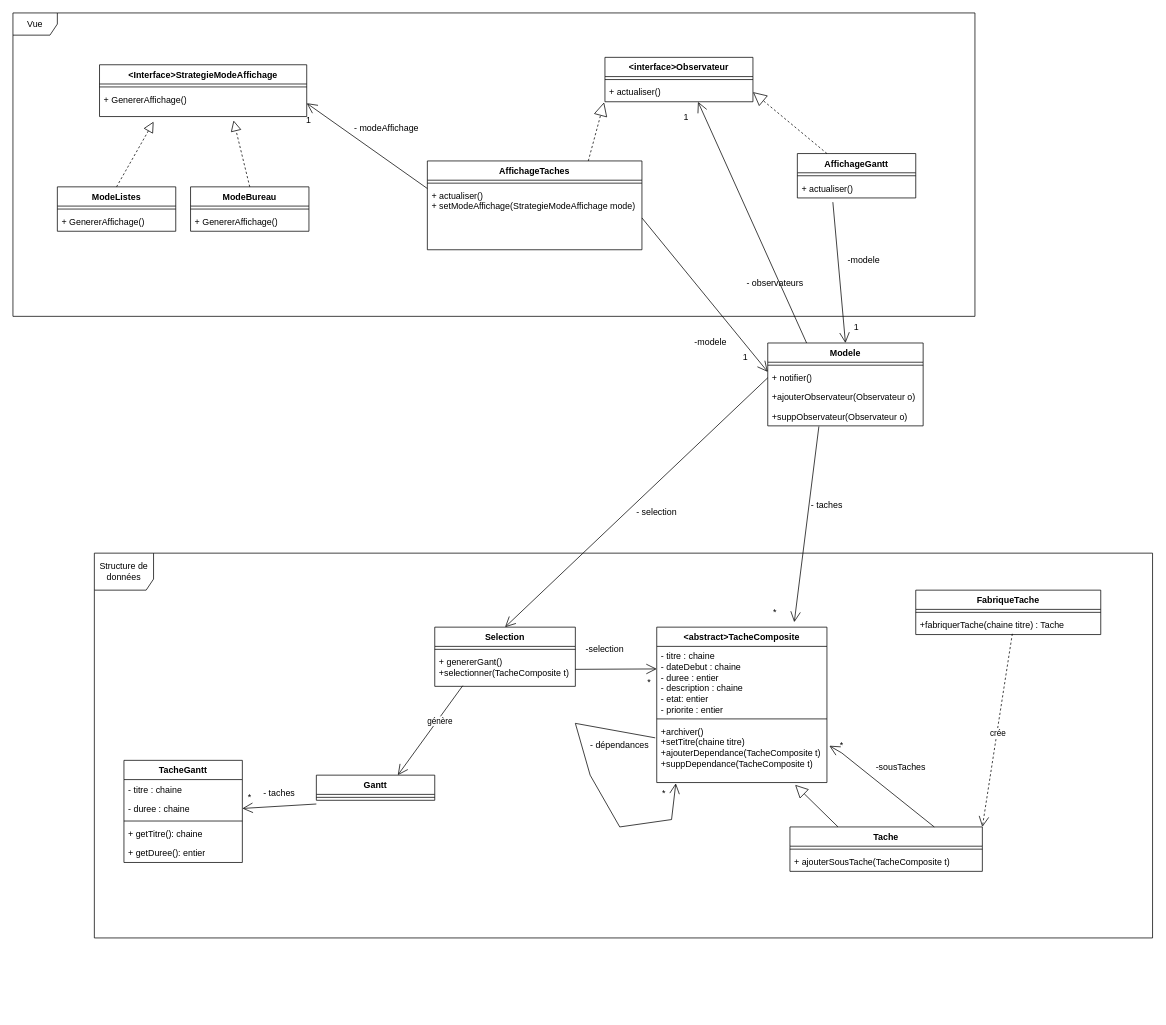
This is analyse/DiagrammeClasse/diagrammeClasse.drawio from AlexanderCARNET/SAE_3_01_dev_application, a draw.io file, before an edit. Source tidied: cells renumbered, new cells numbered last; positions are measured from the earlier drawing's top-left corner, leaving out a move shared by most shapes. Both pictures are drawn from the tidied source at 74%, with x=0, y=0 at pixel (13, 13).
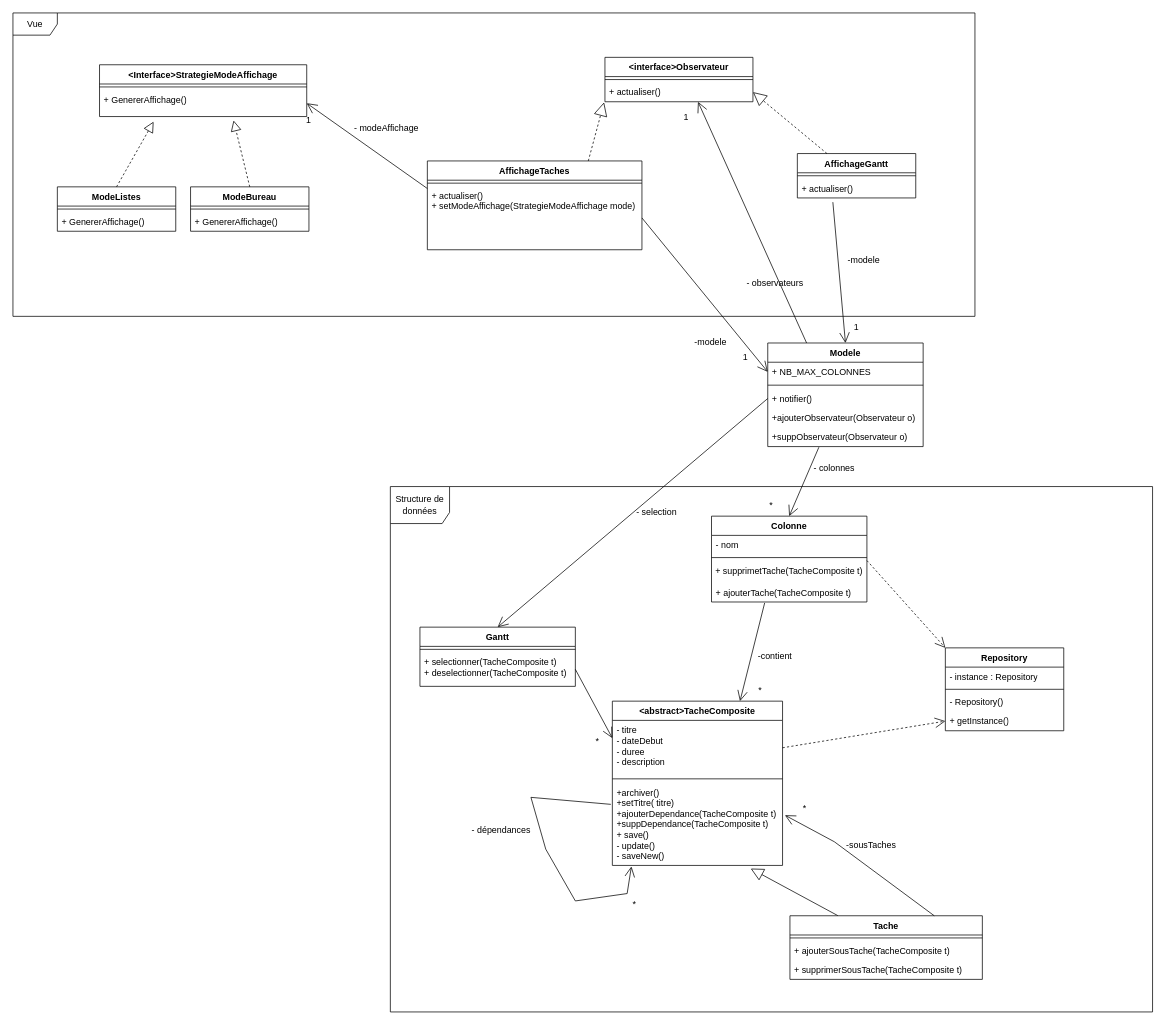
Above is the later version.

Commit message (it also covers changes not shown here):
correction du diagramme de classe

Change to the diagram source:
```diff
@@
     <mxCell id="2" value="&amp;lt;abstract&amp;gt;TacheComposite" style="swimlane;fontStyle=1;align=center;verticalAlign=top;horizontal=1;startSize=26;whiteSpace=wrap;html=1;" parent="1" vertex="1">
-      <mxGeometry x="870" y="830" width="230" height="210" as="geometry" />
+      <mxGeometry x="810" y="930" width="230" height="222" as="geometry" />
     </mxCell>
-    <mxCell id="3" value="- titre : chaine&lt;div&gt;- dateDebut : chaine&lt;/div&gt;&lt;div&gt;- duree : entier&lt;/div&gt;&lt;div&gt;- description : chaine&lt;/div&gt;&lt;div&gt;- etat: entier&lt;/div&gt;&lt;div&gt;- priorite : entier&lt;/div&gt;" style="text;strokeColor=none;fillColor=none;align=left;verticalAlign=top;spacingLeft=4;spacingRight=4;overflow=hidden;points=[[0,0.5],[1,0.5]];portConstraint=eastwest;whiteSpace=wrap;html=1;" parent="2" vertex="1">
-      <mxGeometry y="26" width="230" height="94" as="geometry" />
+    <mxCell id="3" value="- titre&amp;nbsp;&lt;div&gt;- dateDebut&amp;nbsp;&lt;/div&gt;&lt;div&gt;- duree&amp;nbsp;&lt;/div&gt;&lt;div&gt;- description&amp;nbsp;&lt;/div&gt;" style="text;strokeColor=none;fillColor=none;align=left;verticalAlign=top;spacingLeft=4;spacingRight=4;overflow=hidden;points=[[0,0.5],[1,0.5]];portConstraint=eastwest;whiteSpace=wrap;html=1;" parent="2" vertex="1">
+      <mxGeometry y="26" width="230" height="74" as="geometry" />
     </mxCell>
     <mxCell id="4" style="line;strokeWidth=1;fillColor=none;align=left;verticalAlign=middle;spacingTop=-1;spacingLeft=3;spacingRight=3;labelPosition=right;strokeColor=inherit;" parent="2" vertex="1">
-      <mxGeometry y="120" width="230" height="8" as="geometry" />
+      <mxGeometry y="100" width="230" height="10" as="geometry" />
     </mxCell>
-    <mxCell id="5" value="+archiver()&lt;div&gt;+setTitre(chaine titre)&lt;/div&gt;&lt;div&gt;+ajouterDependance(TacheComposite t)&lt;/div&gt;&lt;div&gt;+&lt;span style=&quot;background-color: transparent; color: light-dark(rgb(0, 0, 0), rgb(255, 255, 255));&quot;&gt;suppDependance(TacheComposite t)&lt;/span&gt;&lt;/div&gt;" style="text;strokeColor=none;fillColor=none;align=left;verticalAlign=top;spacingLeft=4;spacingRight=4;overflow=hidden;points=[[0,0.5],[1,0.5]];portConstraint=eastwest;whiteSpace=wrap;html=1;" parent="2" vertex="1">
-      <mxGeometry y="128" width="230" height="82" as="geometry" />
+    <mxCell id="5" value="+archiver()&lt;div&gt;+setTitre( titre)&lt;/div&gt;&lt;div&gt;+ajouterDependance(TacheComposite t)&lt;/div&gt;&lt;div&gt;+&lt;span style=&quot;background-color: transparent; color: light-dark(rgb(0, 0, 0), rgb(255, 255, 255));&quot;&gt;suppDependance(TacheComposite t)&lt;/span&gt;&lt;/div&gt;&lt;div&gt;+ save()&lt;/div&gt;&lt;div&gt;- update()&lt;/div&gt;&lt;div&gt;- saveNew()&lt;/div&gt;" style="text;strokeColor=none;fillColor=none;align=left;verticalAlign=top;spacingLeft=4;spacingRight=4;overflow=hidden;points=[[0,0.5],[1,0.5]];portConstraint=eastwest;whiteSpace=wrap;html=1;" parent="2" vertex="1">
+      <mxGeometry y="110" width="230" height="112" as="geometry" />
     </mxCell>
@@
     <mxCell id="8" value="Tache&lt;div&gt;&lt;br&gt;&lt;/div&gt;" style="swimlane;fontStyle=1;align=center;verticalAlign=top;horizontal=1;startSize=26;whiteSpace=wrap;html=1;" parent="1" vertex="1">
-      <mxGeometry x="1050" y="1100" width="260" height="60" as="geometry" />
+      <mxGeometry x="1050" y="1220" width="260" height="86" as="geometry" />
     </mxCell>
@@
+    <mxCell id="86" value="+ supprimerSousTache(TacheComposite t)&amp;nbsp;" style="text;strokeColor=none;fillColor=none;align=left;verticalAlign=top;spacingLeft=4;spacingRight=4;overflow=hidden;whiteSpace=wrap;html=1;" parent="8" vertex="1">
+      <mxGeometry y="60" width="260" height="26" as="geometry" />
+    </mxCell>
     <mxCell id="11" style="endArrow=open;endFill=1;endSize=12;html=1;rounded=0;exitX=0.75;exitY=0;exitDx=0;exitDy=0;entryX=1.014;entryY=0.394;entryDx=0;entryDy=0;entryPerimeter=0;" parent="1" edge="1" source="8" target="5">
       <mxGeometry relative="1" as="geometry">
         <Array as="points">
-          <mxPoint x="1120" y="1000" />
+          <mxPoint x="1110" y="1120" />
         </Array>
       </mxGeometry>
     </mxCell>
     <mxCell id="12" value="*" style="text;html=1;whiteSpace=wrap;strokeColor=none;fillColor=none;align=center;verticalAlign=middle;rounded=0;" parent="1" vertex="1">
-      <mxGeometry x="1090" y="975" width="60" height="30" as="geometry" />
+      <mxGeometry x="1040" y="1060" width="60" height="30" as="geometry" />
     </mxCell>
-    <mxCell id="13" value="FabriqueTache" style="swimlane;fontStyle=1;align=center;verticalAlign=top;horizontal=1;startSize=26;whiteSpace=wrap;html=1;" parent="1" vertex="1">
-      <mxGeometry x="1220" y="780" width="250" height="60" as="geometry" />
-    </mxCell>
-    <mxCell id="14" style="line;strokeWidth=1;fillColor=none;align=left;verticalAlign=middle;spacingTop=-1;spacingLeft=3;spacingRight=3;labelPosition=right;strokeColor=inherit;" parent="13" vertex="1">
-      <mxGeometry y="26" width="250" height="8" as="geometry" />
-    </mxCell>
-    <mxCell id="15" value="+fabriquerTache(chaine titre) : Tache" style="text;strokeColor=none;fillColor=none;align=left;verticalAlign=top;spacingLeft=4;spacingRight=4;overflow=hidden;points=[[0,0.5],[1,0.5]];portConstraint=eastwest;whiteSpace=wrap;html=1;" parent="13" vertex="1">
-      <mxGeometry y="34" width="250" height="26" as="geometry" />
-    </mxCell>
-    <mxCell id="16" style="endArrow=open;endFill=1;endSize=12;html=1;rounded=0;exitX=0.522;exitY=0.962;exitDx=0;exitDy=0;exitPerimeter=0;entryX=1;entryY=0;entryDx=0;entryDy=0;dashed=1;" parent="1" edge="1" source="15" target="8">
-      <mxGeometry relative="1" as="geometry" />
-    </mxCell>
-    <mxCell id="17" value="crée" style="edgeLabel;html=1;align=center;verticalAlign=middle;" parent="16" vertex="1">
-      <mxGeometry x="0.03" y="1" relative="1" as="geometry">
-        <mxPoint y="-1" as="offset" />
-      </mxGeometry>
-    </mxCell>
     <mxCell id="18" value="-sousTaches" style="text;html=1;whiteSpace=wrap;strokeColor=none;fillColor=none;align=center;verticalAlign=middle;rounded=0;" parent="1" vertex="1">
-      <mxGeometry x="1160" y="1005" width="80" height="30" as="geometry" />
+      <mxGeometry x="1120" y="1110" width="80" height="30" as="geometry" />
     </mxCell>
-    <mxCell id="19" value="Selection" style="swimlane;fontStyle=1;align=center;verticalAlign=top;horizontal=1;startSize=26;whiteSpace=wrap;html=1;" parent="1" vertex="1">
-      <mxGeometry x="570" y="830" width="190" height="80" as="geometry" />
+    <mxCell id="19" value="Gantt" style="swimlane;fontStyle=1;align=center;verticalAlign=top;horizontal=1;startSize=26;whiteSpace=wrap;html=1;" parent="1" vertex="1">
+      <mxGeometry x="550" y="830" width="210" height="80" as="geometry" />
     </mxCell>
     <mxCell id="20" style="line;strokeWidth=1;fillColor=none;align=left;verticalAlign=middle;spacingTop=-1;spacingLeft=3;spacingRight=3;labelPosition=right;strokeColor=inherit;" parent="19" vertex="1">
-      <mxGeometry y="26" width="190" height="8" as="geometry" />
+      <mxGeometry y="26" width="210" height="8" as="geometry" />
     </mxCell>
-    <mxCell id="21" value="+ genererGant()&lt;div&gt;+selectionner(TacheComposite t)&lt;/div&gt;" style="text;strokeColor=none;fillColor=none;align=left;verticalAlign=top;spacingLeft=4;spacingRight=4;overflow=hidden;points=[[0,0.5],[1,0.5]];portConstraint=eastwest;whiteSpace=wrap;html=1;" parent="19" vertex="1">
-      <mxGeometry y="34" width="190" height="46" as="geometry" />
+    <mxCell id="21" value="&lt;div&gt;+ selectionner(TacheComposite t)&lt;/div&gt;&lt;div&gt;+ deselectionner(TacheComposite t)&lt;/div&gt;" style="text;strokeColor=none;fillColor=none;align=left;verticalAlign=top;spacingLeft=4;spacingRight=4;overflow=hidden;points=[[0,0.5],[1,0.5]];portConstraint=eastwest;whiteSpace=wrap;html=1;" parent="19" vertex="1">
+      <mxGeometry y="34" width="210" height="46" as="geometry" />
     </mxCell>
@@
     <mxCell id="26" value="Modele" style="swimlane;fontStyle=1;align=center;verticalAlign=top;horizontal=1;startSize=26;whiteSpace=wrap;html=1;" parent="1" vertex="1">
-      <mxGeometry x="1020" y="446" width="210" height="112" as="geometry" />
+      <mxGeometry x="1020" y="446" width="210" height="140" as="geometry" />
     </mxCell>
-    <mxCell id="27" style="line;strokeWidth=1;fillColor=none;align=left;verticalAlign=middle;spacingTop=-1;spacingLeft=3;spacingRight=3;labelPosition=right;strokeColor=inherit;" parent="26" vertex="1">
-      <mxGeometry y="26" width="210" height="8" as="geometry" />
-    </mxCell>
+    <mxCell id="87" value="+ NB_MAX_COLONNES&lt;div&gt;&lt;br&gt;&lt;/div&gt;" style="text;strokeColor=none;fillColor=none;align=left;verticalAlign=top;spacingLeft=4;spacingRight=4;overflow=hidden;whiteSpace=wrap;html=1;" parent="26" vertex="1">
+      <mxGeometry y="26" width="210" height="26" as="geometry" />
+    </mxCell>
+    <mxCell id="88" style="line;strokeWidth=1;fillColor=none;align=left;verticalAlign=middle;spacingTop=-1;spacingLeft=3;spacingRight=3;labelPosition=right;strokeColor=inherit;" parent="26" vertex="1">
+      <mxGeometry y="52" width="210" height="10" as="geometry" />
+    </mxCell>
     <mxCell id="28" value="+ notifier()&lt;div&gt;&lt;br&gt;&lt;/div&gt;" style="text;strokeColor=none;fillColor=none;align=left;verticalAlign=top;spacingLeft=4;spacingRight=4;overflow=hidden;points=[[0,0.5],[1,0.5]];portConstraint=eastwest;whiteSpace=wrap;html=1;" parent="26" vertex="1">
-      <mxGeometry y="34" width="210" height="26" as="geometry" />
+      <mxGeometry y="62" width="210" height="26" as="geometry" />
     </mxCell>
     <mxCell id="29" value="+ajouterObservateur(Observateur o)" style="text;strokeColor=none;fillColor=none;align=left;verticalAlign=top;spacingLeft=4;spacingRight=4;overflow=hidden;whiteSpace=wrap;html=1;" parent="26" vertex="1">
-      <mxGeometry y="60" width="210" height="26" as="geometry" />
+      <mxGeometry y="88" width="210" height="26" as="geometry" />
     </mxCell>
     <mxCell id="30" value="+suppObservateur(Observateur o)" style="text;strokeColor=none;fillColor=none;align=left;verticalAlign=top;spacingLeft=4;spacingRight=4;overflow=hidden;points=[[0,0.5],[1,0.5]];portConstraint=eastwest;whiteSpace=wrap;html=1;" parent="26" vertex="1">
-      <mxGeometry y="86" width="210" height="26" as="geometry" />
+      <mxGeometry y="114" width="210" height="26" as="geometry" />
     </mxCell>
-    <mxCell id="31" style="endArrow=open;endFill=1;endSize=12;html=1;rounded=0;exitX=0.329;exitY=1.032;exitDx=0;exitDy=0;exitPerimeter=0;entryX=0.808;entryY=-0.032;entryDx=0;entryDy=0;entryPerimeter=0;" parent="1" edge="1" source="30" target="2">
+    <mxCell id="31" style="endArrow=open;endFill=1;endSize=12;html=1;rounded=0;exitX=0.329;exitY=1.032;exitDx=0;exitDy=0;exitPerimeter=0;entryX=0.5;entryY=0;entryDx=0;entryDy=0;" parent="1" edge="1" source="30" target="89">
       <mxGeometry relative="1" as="geometry" />
     </mxCell>
     <mxCell id="32" value="*" style="text;html=1;whiteSpace=wrap;strokeColor=none;fillColor=none;align=center;verticalAlign=middle;rounded=0;" parent="1" vertex="1">
-      <mxGeometry x="1000" y="795" width="60" height="30" as="geometry" />
+      <mxGeometry x="995" y="650" width="60" height="30" as="geometry" />
     </mxCell>
-    <mxCell id="33" value="- taches" style="text;html=1;whiteSpace=wrap;strokeColor=none;fillColor=none;align=center;verticalAlign=middle;rounded=0;" parent="1" vertex="1">
-      <mxGeometry x="1070" y="650" width="60" height="30" as="geometry" />
+    <mxCell id="33" value="- colonnes" style="text;html=1;whiteSpace=wrap;strokeColor=none;fillColor=none;align=center;verticalAlign=middle;rounded=0;" parent="1" vertex="1">
+      <mxGeometry x="1080" y="600" width="60" height="30" as="geometry" />
     </mxCell>
@@
-    <mxCell id="51" value="Gantt" style="swimlane;fontStyle=1;align=center;verticalAlign=top;horizontal=1;startSize=26;whiteSpace=wrap;html=1;" parent="1" vertex="1">
-      <mxGeometry x="410" y="1030" width="160" height="34" as="geometry" />
-    </mxCell>
-    <mxCell id="52" style="line;strokeWidth=1;fillColor=none;align=left;verticalAlign=middle;spacingTop=-1;spacingLeft=3;spacingRight=3;labelPosition=right;strokeColor=inherit;" parent="51" vertex="1">
-      <mxGeometry y="26" width="160" height="8" as="geometry" />
-    </mxCell>
-    <mxCell id="53" style="endArrow=open;endFill=1;endSize=12;html=1;rounded=0;exitX=0.199;exitY=0.981;exitDx=0;exitDy=0;exitPerimeter=0;entryX=0.688;entryY=0;entryDx=0;entryDy=0;entryPerimeter=0;" parent="1" edge="1" source="21" target="51">
-      <mxGeometry relative="1" as="geometry" />
-    </mxCell>
-    <mxCell id="54" value="génère" style="edgeLabel;html=1;align=center;verticalAlign=middle;" parent="53" vertex="1">
-      <mxGeometry x="-0.24" y="2" relative="1" as="geometry">
-        <mxPoint x="1" as="offset" />
-      </mxGeometry>
-    </mxCell>
@@
     <mxCell id="71" value="*" style="text;html=1;whiteSpace=wrap;strokeColor=none;fillColor=none;align=center;verticalAlign=middle;rounded=0;" parent="1" vertex="1">
-      <mxGeometry x="830" y="890" width="60" height="30" as="geometry" />
+      <mxGeometry x="760" y="970" width="60" height="30" as="geometry" />
     </mxCell>
-    <mxCell id="72" value="-selection" style="text;html=1;whiteSpace=wrap;strokeColor=none;fillColor=none;align=center;verticalAlign=middle;rounded=0;" parent="1" vertex="1">
-      <mxGeometry x="720" y="845" width="160" height="30" as="geometry" />
-    </mxCell>
-    <mxCell id="73" value="TacheGantt" style="swimlane;fontStyle=1;align=center;verticalAlign=top;horizontal=1;startSize=26;whiteSpace=wrap;html=1;" parent="1" vertex="1">
-      <mxGeometry x="150" y="1010" width="160" height="138" as="geometry" />
-    </mxCell>
-    <mxCell id="74" value="- titre : chaine&lt;div&gt;&lt;br&gt;&lt;/div&gt;" style="text;strokeColor=none;fillColor=none;align=left;verticalAlign=top;spacingLeft=4;spacingRight=4;overflow=hidden;whiteSpace=wrap;html=1;" parent="73" vertex="1">
-      <mxGeometry y="26" width="160" height="26" as="geometry" />
-    </mxCell>
-    <mxCell id="75" value="- duree : chaine&lt;div&gt;&lt;br&gt;&lt;/div&gt;" style="text;strokeColor=none;fillColor=none;align=left;verticalAlign=top;spacingLeft=4;spacingRight=4;overflow=hidden;points=[[0,0.5],[1,0.5]];portConstraint=eastwest;whiteSpace=wrap;html=1;" parent="73" vertex="1">
-      <mxGeometry y="52" width="160" height="26" as="geometry" />
-    </mxCell>
-    <mxCell id="76" style="line;strokeWidth=1;fillColor=none;align=left;verticalAlign=middle;spacingTop=-1;spacingLeft=3;spacingRight=3;labelPosition=right;strokeColor=inherit;" parent="73" vertex="1">
-      <mxGeometry y="78" width="160" height="8" as="geometry" />
-    </mxCell>
-    <mxCell id="77" value="+ getTitre(): chaine" style="text;strokeColor=none;fillColor=none;align=left;verticalAlign=top;spacingLeft=4;spacingRight=4;overflow=hidden;whiteSpace=wrap;html=1;" parent="73" vertex="1">
-      <mxGeometry y="86" width="160" height="26" as="geometry" />
-    </mxCell>
-    <mxCell id="78" value="+ getDuree(): entier" style="text;strokeColor=none;fillColor=none;align=left;verticalAlign=top;spacingLeft=4;spacingRight=4;overflow=hidden;whiteSpace=wrap;html=1;" parent="73" vertex="1">
-      <mxGeometry y="112" width="160" height="26" as="geometry" />
-    </mxCell>
-    <mxCell id="79" style="endArrow=open;endFill=1;endSize=12;html=1;rounded=0;exitX=0;exitY=0.5;exitDx=0;exitDy=0;entryX=1;entryY=0.5;entryDx=0;entryDy=0;" parent="1" edge="1" target="75">
-      <mxGeometry relative="1" as="geometry">
-        <mxPoint x="410" y="1069" as="sourcePoint" />
-      </mxGeometry>
-    </mxCell>
-    <mxCell id="80" value="*" style="text;html=1;whiteSpace=wrap;strokeColor=none;fillColor=none;align=center;verticalAlign=middle;rounded=0;" parent="1" vertex="1">
-      <mxGeometry x="290" y="1045" width="60" height="30" as="geometry" />
-    </mxCell>
-    <mxCell id="81" value="- taches" style="text;html=1;whiteSpace=wrap;strokeColor=none;fillColor=none;align=center;verticalAlign=middle;rounded=0;" parent="1" vertex="1">
-      <mxGeometry x="330" y="1040" width="60" height="30" as="geometry" />
-    </mxCell>
     <mxCell id="82" value="- dépendances" style="text;html=1;whiteSpace=wrap;strokeColor=none;fillColor=none;align=center;verticalAlign=middle;rounded=0;" parent="1" vertex="1">
-      <mxGeometry x="770" y="975" width="100" height="30" as="geometry" />
+      <mxGeometry x="610" y="1090" width="100" height="30" as="geometry" />
     </mxCell>
     <mxCell id="83" value="*" style="text;html=1;whiteSpace=wrap;strokeColor=none;fillColor=none;align=center;verticalAlign=middle;rounded=0;" parent="1" vertex="1">
-      <mxGeometry x="850" y="1040" width="60" height="30" as="geometry" />
+      <mxGeometry x="810" y="1190" width="60" height="30" as="geometry" />
     </mxCell>
     <mxCell id="84" value="Structure de données" style="shape=umlFrame;whiteSpace=wrap;html=1;width=80;height=50;" parent="1" vertex="1">
-      <mxGeometry x="110" y="730" width="1430" height="520" as="geometry" />
+      <mxGeometry x="510" y="640" width="1030" height="710" as="geometry" />
     </mxCell>
@@
+    <mxCell id="89" value="Colonne" style="swimlane;fontStyle=1;align=center;verticalAlign=top;horizontal=1;startSize=26;whiteSpace=wrap;html=1;" parent="1" vertex="1">
+      <mxGeometry x="944" y="680" width="210" height="116" as="geometry" />
+    </mxCell>
+    <mxCell id="90" value="- nom&lt;div&gt;&lt;br&gt;&lt;/div&gt;" style="text;strokeColor=none;fillColor=none;align=left;verticalAlign=top;spacingLeft=4;spacingRight=4;overflow=hidden;whiteSpace=wrap;html=1;" parent="89" vertex="1">
+      <mxGeometry y="26" width="210" height="26" as="geometry" />
+    </mxCell>
+    <mxCell id="91" style="line;strokeWidth=1;fillColor=none;align=left;verticalAlign=middle;spacingTop=-1;spacingLeft=3;spacingRight=3;labelPosition=right;strokeColor=inherit;" parent="89" vertex="1">
+      <mxGeometry y="52" width="210" height="8" as="geometry" />
+    </mxCell>
+    <mxCell id="72" value="+ supprimetTache(TacheComposite t)" style="text;html=1;whiteSpace=wrap;strokeColor=none;fillColor=none;align=center;verticalAlign=middle;rounded=0;" parent="89" vertex="1">
+      <mxGeometry y="60" width="210" height="30" as="geometry" />
+    </mxCell>
+    <mxCell id="92" value="+ ajouterTache(TacheComposite t)&lt;div&gt;&lt;br&gt;&lt;/div&gt;" style="text;strokeColor=none;fillColor=none;align=left;verticalAlign=top;spacingLeft=4;spacingRight=4;overflow=hidden;points=[[0,0.5],[1,0.5]];portConstraint=eastwest;whiteSpace=wrap;html=1;" parent="89" vertex="1">
+      <mxGeometry y="90" width="210" height="26" as="geometry" />
+    </mxCell>
+    <mxCell id="93" style="endArrow=open;endFill=1;endSize=12;html=1;rounded=0;exitX=0.342;exitY=1.048;exitDx=0;exitDy=0;exitPerimeter=0;entryX=0.75;entryY=0;entryDx=0;entryDy=0;" parent="1" edge="1" source="92" target="2">
+      <mxGeometry relative="1" as="geometry" />
+    </mxCell>
+    <mxCell id="94" value="-contient" style="text;html=1;whiteSpace=wrap;strokeColor=none;fillColor=none;align=center;verticalAlign=middle;rounded=0;" parent="1" vertex="1">
+      <mxGeometry x="1000" y="855" width="60" height="30" as="geometry" />
+    </mxCell>
+    <mxCell id="80" value="*" style="text;html=1;whiteSpace=wrap;strokeColor=none;fillColor=none;align=center;verticalAlign=middle;rounded=0;" parent="1" vertex="1">
+      <mxGeometry x="980" y="900" width="60" height="30" as="geometry" />
+    </mxCell>
+    <mxCell id="95" value="Repository" style="swimlane;fontStyle=1;align=center;verticalAlign=top;horizontal=1;startSize=26;whiteSpace=wrap;html=1;" parent="1" vertex="1">
+      <mxGeometry x="1260" y="858" width="160" height="112" as="geometry" />
+    </mxCell>
+    <mxCell id="96" value="- instance : Repository" style="text;strokeColor=none;fillColor=none;align=left;verticalAlign=top;spacingLeft=4;spacingRight=4;overflow=hidden;whiteSpace=wrap;html=1;" parent="95" vertex="1">
+      <mxGeometry y="26" width="160" height="26" as="geometry" />
+    </mxCell>
+    <mxCell id="97" style="line;strokeWidth=1;fillColor=none;align=left;verticalAlign=middle;spacingTop=-1;spacingLeft=3;spacingRight=3;labelPosition=right;strokeColor=inherit;" parent="95" vertex="1">
+      <mxGeometry y="52" width="160" height="8" as="geometry" />
+    </mxCell>
+    <mxCell id="98" value="- Repository()" style="text;strokeColor=none;fillColor=none;align=left;verticalAlign=top;spacingLeft=4;spacingRight=4;overflow=hidden;whiteSpace=wrap;html=1;" parent="95" vertex="1">
+      <mxGeometry y="60" width="160" height="26" as="geometry" />
+    </mxCell>
+    <mxCell id="99" value="+ getInstance()" style="text;strokeColor=none;fillColor=none;align=left;verticalAlign=top;spacingLeft=4;spacingRight=4;overflow=hidden;points=[[0,0.5],[1,0.5]];portConstraint=eastwest;whiteSpace=wrap;html=1;" parent="95" vertex="1">
+      <mxGeometry y="86" width="160" height="26" as="geometry" />
+    </mxCell>
+    <mxCell id="100" style="endArrow=open;endFill=1;endSize=12;html=1;rounded=0;exitX=1;exitY=0;exitDx=0;exitDy=0;entryX=0;entryY=0;entryDx=0;entryDy=0;dashed=1;" parent="1" edge="1" source="72" target="95">
+      <mxGeometry relative="1" as="geometry" />
+    </mxCell>
+    <mxCell id="101" style="endArrow=open;endFill=1;endSize=12;html=1;rounded=0;exitX=1;exitY=0.5;exitDx=0;exitDy=0;entryX=0;entryY=0.5;entryDx=0;entryDy=0;dashed=1;" parent="1" edge="1" source="3" target="99">
+      <mxGeometry relative="1" as="geometry" />
+    </mxCell>
```
